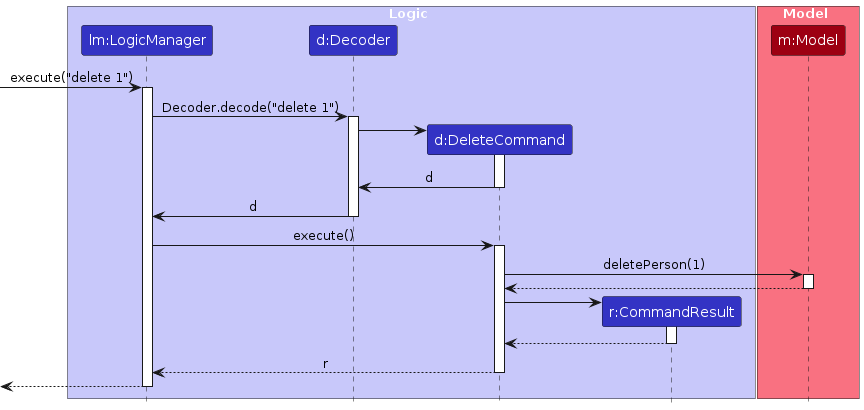
Before: diagrams/DeleteSequenceDiagram.png, a diagram exported from PlantUML (AY2526S1-CS2103T-T13-2/tp). Its source is kept beside it as diagrams/DeleteSequenceDiagram.puml.
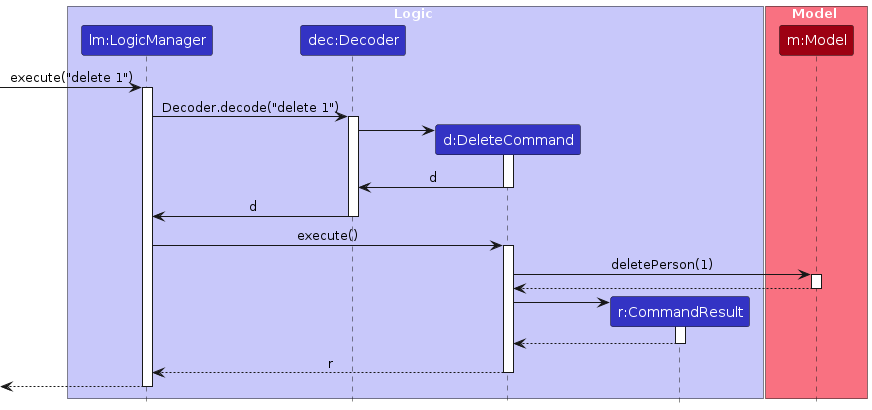
The same file after the commit.

The edit, as a diff of the source:
```diff
@@ -4,7 +4,7 @@
 
 box Logic LOGIC_COLOR_T1
 participant "lm:LogicManager" as LogicManager LOGIC_COLOR
-participant "d:Decoder" as Decoder LOGIC_COLOR
+participant "dec:Decoder" as Decoder LOGIC_COLOR
 participant "d:DeleteCommand" as DeleteCommand LOGIC_COLOR
 participant "r:CommandResult" as CommandResult LOGIC_COLOR
 end box
```
